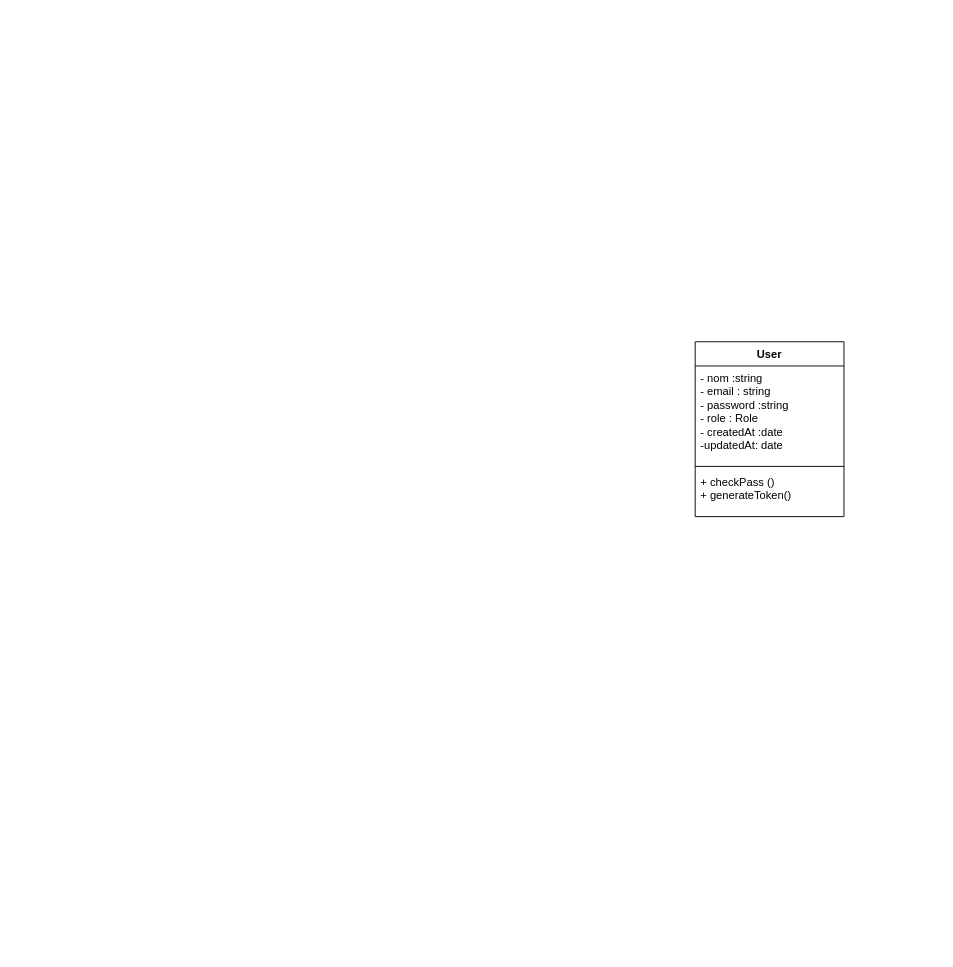
razaane/FactoryFlow keeps this draw.io diagram as docs/diagramme_class.drawio. Above is the earlier version. Source tidied: cells renumbered, new cells numbered last; positions are measured from the earlier drawing's top-left corner, leaving out a move shared by most shapes. Both pictures are drawn from the tidied source at 93%, with x=0, y=0 at pixel (695, 341).
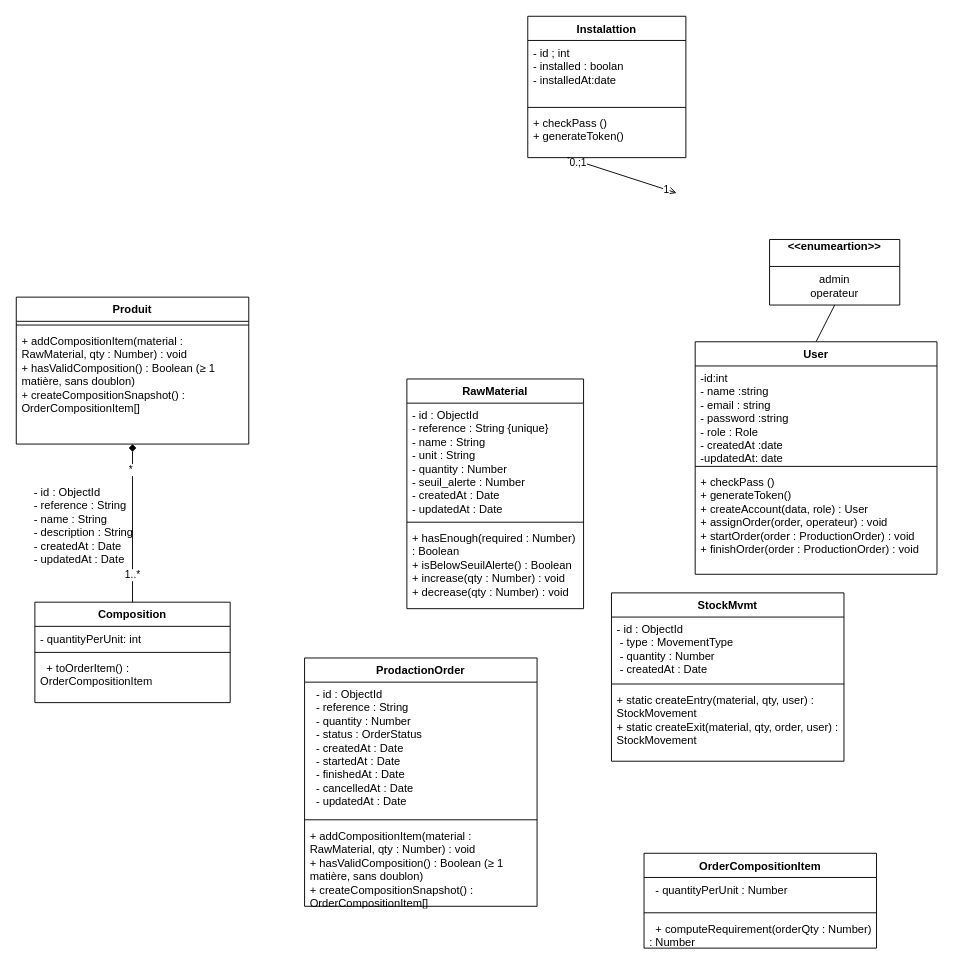
After the change.

Commit message (it also covers changes not shown here):
FAC-4 dessiner et valider la version finale de diagramme #Terminé

The edit, as a diff of the source:
```diff
@@
     <mxCell id="2" value="User" style="swimlane;fontStyle=1;align=center;verticalAlign=top;horizontal=1;startSize=26;whiteSpace=wrap;html=1;" parent="1" vertex="1">
-      <mxGeometry width="160" height="188" as="geometry" />
+      <mxGeometry width="260" height="250" as="geometry" />
     </mxCell>
-    <mxCell id="3" value="- nom :string&lt;div&gt;- email : string&lt;/div&gt;&lt;div&gt;- password :string&lt;/div&gt;&lt;div&gt;- role : Role&lt;/div&gt;&lt;div&gt;- createdAt :date&lt;/div&gt;&lt;div&gt;-updatedAt: date&lt;/div&gt;&lt;div&gt;&lt;br&gt;&lt;/div&gt;" style="text;strokeColor=none;fillColor=none;align=left;verticalAlign=top;spacingLeft=4;spacingRight=4;overflow=hidden;whiteSpace=wrap;html=1;" parent="2" vertex="1">
-      <mxGeometry y="26" width="160" height="104" as="geometry" />
+    <mxCell id="3" value="&lt;div&gt;-id:int&lt;/div&gt;- name :string&lt;div&gt;- email : string&lt;/div&gt;&lt;div&gt;- password :string&lt;/div&gt;&lt;div&gt;- role : Role&lt;/div&gt;&lt;div&gt;- createdAt :date&lt;/div&gt;&lt;div&gt;-updatedAt: date&lt;/div&gt;&lt;div&gt;&lt;br&gt;&lt;/div&gt;" style="text;strokeColor=none;fillColor=none;align=left;verticalAlign=top;spacingLeft=4;spacingRight=4;overflow=hidden;whiteSpace=wrap;html=1;" parent="2" vertex="1">
+      <mxGeometry y="26" width="260" height="104" as="geometry" />
     </mxCell>
     <mxCell id="4" style="line;strokeWidth=1;fillColor=none;align=left;verticalAlign=middle;spacingTop=-1;spacingLeft=3;spacingRight=3;labelPosition=right;strokeColor=inherit;" parent="2" vertex="1">
-      <mxGeometry y="130" width="160" height="8" as="geometry" />
+      <mxGeometry y="130" width="260" height="8" as="geometry" />
     </mxCell>
-    <mxCell id="5" value="+ checkPass ()&lt;div&gt;+ generateToken()&lt;/div&gt;" style="text;strokeColor=none;fillColor=none;align=left;verticalAlign=top;spacingLeft=4;spacingRight=4;overflow=hidden;whiteSpace=wrap;html=1;" parent="2" vertex="1">
-      <mxGeometry y="138" width="160" height="50" as="geometry" />
+    <mxCell id="5" value="+ checkPass ()&lt;div&gt;+ generateToken()&lt;/div&gt;&lt;div&gt;&lt;span style=&quot;color: rgb(0, 0, 0);&quot;&gt;+ createAccount(data, role) : User&lt;/span&gt;&lt;br style=&quot;color: rgb(63, 63, 63); scrollbar-color: rgba(187, 87, 255, 0.26) rgb(42, 42, 44);&quot;&gt;&lt;span style=&quot;color: rgb(0, 0, 0);&quot;&gt;+ assignOrder(order, operateur) : void&lt;/span&gt;&lt;/div&gt;&lt;div&gt;&lt;span style=&quot;color: rgb(0, 0, 0);&quot;&gt;&lt;span style=&quot;color: rgb(0, 0, 0);&quot;&gt;+ startOrder(order : ProductionOrder) : void&lt;/span&gt;&lt;br style=&quot;color: rgb(63, 63, 63); scrollbar-color: rgba(187, 87, 255, 0.26) rgb(42, 42, 44);&quot;&gt;&lt;span style=&quot;color: rgb(0, 0, 0);&quot;&gt;+ finishOrder(order : ProductionOrder) : void&lt;/span&gt;&lt;/span&gt;&lt;/div&gt;" style="text;strokeColor=none;fillColor=none;align=left;verticalAlign=top;spacingLeft=4;spacingRight=4;overflow=hidden;whiteSpace=wrap;html=1;" parent="2" vertex="1">
+      <mxGeometry y="138" width="260" height="112" as="geometry" />
     </mxCell>
+    <mxCell id="6" style="edgeStyle=none;html=1;exitX=0.25;exitY=1;exitDx=0;exitDy=0;endArrow=open;endFill=0;" parent="1" edge="1" source="9">
+      <mxGeometry relative="1" as="geometry">
+        <mxPoint x="-20" y="-160" as="targetPoint" />
+      </mxGeometry>
+    </mxCell>
+    <mxCell id="7" value="0.;1" style="edgeLabel;html=1;align=center;verticalAlign=middle;" parent="6" vertex="1">
+      <mxGeometry x="-0.81" y="-1" relative="1" as="geometry" />
+    </mxCell>
+    <mxCell id="8" value="1" style="edgeLabel;html=1;align=center;verticalAlign=middle;" parent="6" vertex="1">
+      <mxGeometry x="0.79" relative="1" as="geometry" />
+    </mxCell>
+    <mxCell id="9" value="Instalattion" style="swimlane;fontStyle=1;align=center;verticalAlign=top;horizontal=1;startSize=26;whiteSpace=wrap;html=1;" parent="1" vertex="1">
+      <mxGeometry x="-180" y="-350" width="170" height="152" as="geometry" />
+    </mxCell>
+    <mxCell id="10" value="- id ; int&lt;div&gt;- installed : boolan&lt;/div&gt;&lt;div&gt;- installedAt:date&lt;/div&gt;" style="text;strokeColor=none;fillColor=none;align=left;verticalAlign=top;spacingLeft=4;spacingRight=4;overflow=hidden;whiteSpace=wrap;html=1;" parent="9" vertex="1">
+      <mxGeometry y="26" width="170" height="68" as="geometry" />
+    </mxCell>
+    <mxCell id="11" style="line;strokeWidth=1;fillColor=none;align=left;verticalAlign=middle;spacingTop=-1;spacingLeft=3;spacingRight=3;labelPosition=right;strokeColor=inherit;" parent="9" vertex="1">
+      <mxGeometry y="94" width="170" height="8" as="geometry" />
+    </mxCell>
+    <mxCell id="12" value="+ checkPass ()&lt;div&gt;+ generateToken()&lt;/div&gt;" style="text;strokeColor=none;fillColor=none;align=left;verticalAlign=top;spacingLeft=4;spacingRight=4;overflow=hidden;whiteSpace=wrap;html=1;" parent="9" vertex="1">
+      <mxGeometry y="102" width="170" height="50" as="geometry" />
+    </mxCell>
+    <mxCell id="13" value="Produit" style="swimlane;fontStyle=1;align=center;verticalAlign=top;horizontal=1;startSize=26;whiteSpace=wrap;html=1;" parent="1" vertex="1">
+      <mxGeometry x="-730" y="-48" width="250" height="158" as="geometry" />
+    </mxCell>
+    <mxCell id="14" style="line;strokeWidth=1;fillColor=none;align=left;verticalAlign=middle;spacingTop=-1;spacingLeft=3;spacingRight=3;labelPosition=right;strokeColor=inherit;" parent="13" vertex="1">
+      <mxGeometry y="26" width="250" height="8" as="geometry" />
+    </mxCell>
+    <mxCell id="15" value="+ addCompositionItem(material : RawMaterial, qty : Number) : void&lt;br/&gt;  + hasValidComposition() : Boolean        (≥ 1 matière, sans doublon)&lt;br/&gt;  + createCompositionSnapshot() : OrderCompositionItem[]" style="text;strokeColor=none;fillColor=none;align=left;verticalAlign=top;spacingLeft=4;spacingRight=4;overflow=hidden;points=[[0,0.5],[1,0.5]];portConstraint=eastwest;whiteSpace=wrap;html=1;" parent="13" vertex="1">
+      <mxGeometry y="34" width="250" height="124" as="geometry" />
+    </mxCell>
+    <mxCell id="16" value="RawMaterial" style="swimlane;fontStyle=1;align=center;verticalAlign=top;horizontal=1;startSize=26;whiteSpace=wrap;html=1;" parent="1" vertex="1">
+      <mxGeometry x="-310" y="40" width="190" height="247" as="geometry" />
+    </mxCell>
+    <mxCell id="17" value="- id : ObjectId&lt;br&gt;  - reference : String {unique}&lt;br&gt;  - name : String&lt;br&gt;  - unit : String&lt;br&gt;  - quantity : Number&amp;nbsp;&lt;br&gt;  - seuil_alerte : Number&lt;br&gt;  - createdAt : Date&lt;br&gt;  - updatedAt : Date" style="text;strokeColor=none;fillColor=none;align=left;verticalAlign=top;spacingLeft=4;spacingRight=4;overflow=hidden;whiteSpace=wrap;html=1;" parent="16" vertex="1">
+      <mxGeometry y="26" width="190" height="124" as="geometry" />
+    </mxCell>
+    <mxCell id="18" style="line;strokeWidth=1;fillColor=none;align=left;verticalAlign=middle;spacingTop=-1;spacingLeft=3;spacingRight=3;labelPosition=right;strokeColor=inherit;" parent="16" vertex="1">
+      <mxGeometry y="150" width="190" height="8" as="geometry" />
+    </mxCell>
+    <mxCell id="19" value="  + hasEnough(required : Number) : Boolean&lt;br&gt;  + isBelowSeuilAlerte() : Boolean&lt;br&gt;  + increase(qty : Number) : void&lt;br&gt;  + decrease(qty : Number) : void" style="text;strokeColor=none;fillColor=none;align=left;verticalAlign=top;spacingLeft=4;spacingRight=4;overflow=hidden;whiteSpace=wrap;html=1;" parent="16" vertex="1">
+      <mxGeometry y="158" width="190" height="89" as="geometry" />
+    </mxCell>
+    <mxCell id="20" style="edgeStyle=none;html=1;exitX=0.5;exitY=0;exitDx=0;exitDy=0;endArrow=diamond;endFill=1;" parent="1" edge="1" source="23" target="15">
+      <mxGeometry relative="1" as="geometry" />
+    </mxCell>
+    <mxCell id="21" value="*" style="edgeLabel;html=1;align=center;verticalAlign=middle;" parent="20" vertex="1">
+      <mxGeometry x="0.68" y="3" relative="1" as="geometry" />
+    </mxCell>
+    <mxCell id="22" value="1..*" style="edgeLabel;html=1;align=center;verticalAlign=middle;" parent="20" vertex="1">
+      <mxGeometry x="-0.65" y="1" relative="1" as="geometry" />
+    </mxCell>
+    <mxCell id="23" value="Composition" style="swimlane;fontStyle=1;align=center;verticalAlign=top;horizontal=1;startSize=26;whiteSpace=wrap;html=1;" parent="1" vertex="1">
+      <mxGeometry x="-710" y="280" width="210" height="108" as="geometry" />
+    </mxCell>
+    <mxCell id="24" value="- quantityPerUnit: int" style="text;strokeColor=none;fillColor=none;align=left;verticalAlign=top;spacingLeft=4;spacingRight=4;overflow=hidden;whiteSpace=wrap;html=1;" parent="23" vertex="1">
+      <mxGeometry y="26" width="210" height="24" as="geometry" />
+    </mxCell>
+    <mxCell id="25" style="line;strokeWidth=1;fillColor=none;align=left;verticalAlign=middle;spacingTop=-1;spacingLeft=3;spacingRight=3;labelPosition=right;strokeColor=inherit;" parent="23" vertex="1">
+      <mxGeometry y="50" width="210" height="8" as="geometry" />
+    </mxCell>
+    <mxCell id="26" value="&amp;nbsp; + toOrderItem() : OrderCompositionItem" style="text;strokeColor=none;fillColor=none;align=left;verticalAlign=top;spacingLeft=4;spacingRight=4;overflow=hidden;whiteSpace=wrap;html=1;" parent="23" vertex="1">
+      <mxGeometry y="58" width="210" height="50" as="geometry" />
+    </mxCell>
+    <mxCell id="27" value="ProdactionOrder" style="swimlane;fontStyle=1;align=center;verticalAlign=top;horizontal=1;startSize=26;whiteSpace=wrap;html=1;" parent="1" vertex="1">
+      <mxGeometry x="-420" y="340" width="250" height="267" as="geometry" />
+    </mxCell>
+    <mxCell id="28" value="&lt;div&gt;&lt;font color=&quot;#000000&quot;&gt;&amp;nbsp; - id : ObjectId&lt;/font&gt;&lt;/div&gt;&lt;div&gt;&lt;font color=&quot;#000000&quot;&gt;&amp;nbsp; - reference : String&amp;nbsp;&lt;/font&gt;&lt;/div&gt;&lt;div&gt;&lt;font color=&quot;#000000&quot;&gt;&amp;nbsp; - quantity : Number&amp;nbsp;&lt;/font&gt;&lt;/div&gt;&lt;div&gt;&lt;font color=&quot;#000000&quot;&gt;&amp;nbsp; - status : OrderStatus&lt;/font&gt;&lt;/div&gt;&lt;div&gt;&lt;font color=&quot;#000000&quot;&gt;&amp;nbsp; - createdAt : Date&lt;/font&gt;&lt;/div&gt;&lt;div&gt;&lt;font color=&quot;#000000&quot;&gt;&amp;nbsp; - startedAt : Date&lt;/font&gt;&lt;/div&gt;&lt;div&gt;&lt;font color=&quot;#000000&quot;&gt;&amp;nbsp; - finishedAt : Date&lt;/font&gt;&lt;/div&gt;&lt;div&gt;&lt;font color=&quot;#000000&quot;&gt;&amp;nbsp; - cancelledAt : Date&lt;/font&gt;&lt;/div&gt;&lt;div&gt;&lt;font color=&quot;#000000&quot;&gt;&amp;nbsp; - updatedAt : Date&lt;/font&gt;&lt;/div&gt;" style="text;strokeColor=none;fillColor=none;align=left;verticalAlign=top;spacingLeft=4;spacingRight=4;overflow=hidden;whiteSpace=wrap;html=1;" parent="27" vertex="1">
+      <mxGeometry y="26" width="250" height="144" as="geometry" />
+    </mxCell>
+    <mxCell id="29" style="line;strokeWidth=1;fillColor=none;align=left;verticalAlign=middle;spacingTop=-1;spacingLeft=3;spacingRight=3;labelPosition=right;strokeColor=inherit;" parent="27" vertex="1">
+      <mxGeometry y="170" width="250" height="8" as="geometry" />
+    </mxCell>
+    <mxCell id="30" value="+ addCompositionItem(material : RawMaterial, qty : Number) : void&lt;br/&gt;  + hasValidComposition() : Boolean        (≥ 1 matière, sans doublon)&lt;br/&gt;  + createCompositionSnapshot() : OrderCompositionItem[]" style="text;strokeColor=none;fillColor=none;align=left;verticalAlign=top;spacingLeft=4;spacingRight=4;overflow=hidden;whiteSpace=wrap;html=1;" parent="27" vertex="1">
+      <mxGeometry y="178" width="250" height="89" as="geometry" />
+    </mxCell>
+    <mxCell id="31" value="StockMvmt" style="swimlane;fontStyle=1;align=center;verticalAlign=top;horizontal=1;startSize=26;whiteSpace=wrap;html=1;" parent="1" vertex="1">
+      <mxGeometry x="-90" y="270" width="250" height="181" as="geometry" />
+    </mxCell>
+    <mxCell id="32" value="- id : ObjectId&amp;nbsp;&lt;div&gt;&amp;nbsp;- type : MovementType&lt;div&gt;&amp;nbsp;- quantity : Number&lt;div&gt;&amp;nbsp;- createdAt : Date&lt;/div&gt;&lt;/div&gt;&lt;/div&gt;" style="text;strokeColor=none;fillColor=none;align=left;verticalAlign=top;spacingLeft=4;spacingRight=4;overflow=hidden;whiteSpace=wrap;html=1;" parent="31" vertex="1">
+      <mxGeometry y="26" width="250" height="68" as="geometry" />
+    </mxCell>
+    <mxCell id="33" style="line;strokeWidth=1;fillColor=none;align=left;verticalAlign=middle;spacingTop=-1;spacingLeft=3;spacingRight=3;labelPosition=right;strokeColor=inherit;" parent="31" vertex="1">
+      <mxGeometry y="94" width="250" height="8" as="geometry" />
+    </mxCell>
+    <mxCell id="34" value="+ static createEntry(material, qty, user) : StockMovement&lt;br/&gt;  + static createExit(material, qty, order, user) : StockMovement" style="text;strokeColor=none;fillColor=none;align=left;verticalAlign=top;spacingLeft=4;spacingRight=4;overflow=hidden;whiteSpace=wrap;html=1;" parent="31" vertex="1">
+      <mxGeometry y="102" width="250" height="79" as="geometry" />
+    </mxCell>
+    <mxCell id="35" value="OrderCompositionItem" style="swimlane;fontStyle=1;align=center;verticalAlign=top;horizontal=1;startSize=26;whiteSpace=wrap;html=1;" parent="1" vertex="1">
+      <mxGeometry x="-55" y="550" width="250" height="102" as="geometry" />
+    </mxCell>
+    <mxCell id="36" value="&amp;nbsp; - quantityPerUnit : Number&amp;nbsp;&amp;nbsp;" style="text;strokeColor=none;fillColor=none;align=left;verticalAlign=top;spacingLeft=4;spacingRight=4;overflow=hidden;whiteSpace=wrap;html=1;" parent="35" vertex="1">
+      <mxGeometry y="26" width="250" height="34" as="geometry" />
+    </mxCell>
+    <mxCell id="37" style="line;strokeWidth=1;fillColor=none;align=left;verticalAlign=middle;spacingTop=-1;spacingLeft=3;spacingRight=3;labelPosition=right;strokeColor=inherit;" parent="35" vertex="1">
+      <mxGeometry y="60" width="250" height="8" as="geometry" />
+    </mxCell>
+    <mxCell id="38" value="&amp;nbsp; + computeRequirement(orderQty : Number) : Number&amp;nbsp;" style="text;strokeColor=none;fillColor=none;align=left;verticalAlign=top;spacingLeft=4;spacingRight=4;overflow=hidden;whiteSpace=wrap;html=1;" parent="35" vertex="1">
+      <mxGeometry y="68" width="250" height="34" as="geometry" />
+    </mxCell>
+    <mxCell id="39" style="edgeStyle=none;html=1;exitX=0.5;exitY=1;exitDx=0;exitDy=0;entryX=0.5;entryY=0;entryDx=0;entryDy=0;endArrow=none;endFill=0;" parent="1" edge="1" source="40" target="2">
+      <mxGeometry relative="1" as="geometry" />
+    </mxCell>
+    <mxCell id="40" value="&amp;lt;&amp;lt;enumeartion&amp;gt;&amp;gt;&lt;div&gt;&lt;br&gt;&lt;/div&gt;" style="swimlane;fontStyle=1;align=center;verticalAlign=middle;horizontal=1;startSize=29;html=1;whiteSpace=wrap;" parent="1" vertex="1">
+      <mxGeometry x="80" y="-110" width="140" height="70.5" as="geometry" />
+    </mxCell>
+    <mxCell id="41" value="admin&lt;div&gt;operateur&lt;/div&gt;" style="text;html=1;strokeColor=none;fillColor=none;align=center;verticalAlign=middle;spacingLeft=4;spacingRight=4;overflow=hidden;whiteSpace=wrap;" parent="40" vertex="1">
+      <mxGeometry y="29" width="140" height="41.5" as="geometry" />
+    </mxCell>
+    <mxCell id="42" value="&amp;nbsp;- id : ObjectId&amp;nbsp;&lt;div&gt;&amp;nbsp;- reference : String&amp;nbsp;&lt;/div&gt;&lt;div&gt;&amp;nbsp;- name : String&amp;nbsp;&lt;/div&gt;&lt;div&gt;&amp;nbsp;- description : String&lt;/div&gt;&lt;div&gt;&amp;nbsp;- createdAt : Date&amp;nbsp;&lt;/div&gt;&lt;div&gt;&amp;nbsp;- updatedAt : Date&lt;/div&gt;" style="text;strokeColor=none;fillColor=none;align=left;verticalAlign=top;spacingLeft=4;spacingRight=4;overflow=hidden;whiteSpace=wrap;html=1;" parent="1" vertex="1">
+      <mxGeometry x="-720" y="148" width="250" height="102" as="geometry" />
+    </mxCell>
```
